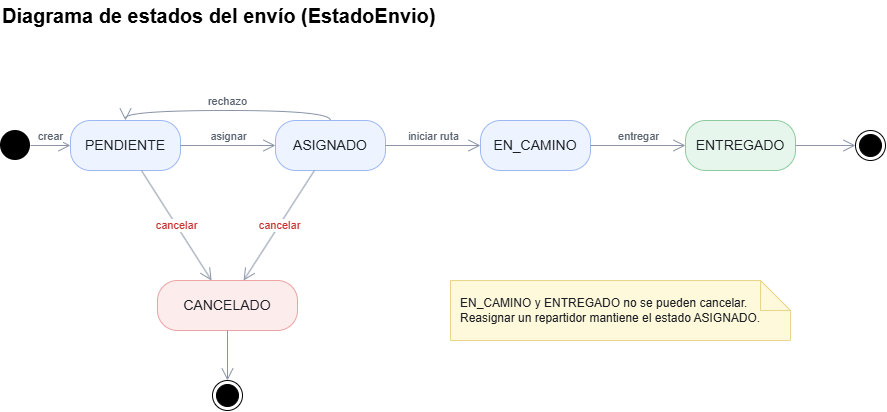
This is docs/general/estados de envio/Diagrama de estados del envio.png from Joab-SC/UQDelivery, a draw.io export, as it was before one commit. Source tidied: cells renumbered, new cells last; positions are measured from the earlier drawing's top-left corner, leaving out a move shared by most shapes. Source of this version:
```xml
<mxGraphModel>
  <root>
    <mxCell id="0" />
    <mxCell id="1" parent="0" />
    <mxCell id="2" value="Diagrama de estados del envío (EstadoEnvio)" style="text;html=1;fontSize=20;fontStyle=1;align=left;verticalAlign=middle;" parent="1" vertex="1">
      <mxGeometry width="600" height="30" as="geometry" />
    </mxCell>
    <mxCell id="3" style="ellipse;fillColor=#000000;strokeColor=none;html=1;" parent="1" vertex="1">
      <mxGeometry y="130" width="30" height="30" as="geometry" />
    </mxCell>
    <mxCell id="4" value="PENDIENTE" style="rounded=1;arcSize=40;whiteSpace=wrap;html=1;fontSize=14;fillColor=#EEF4FF;strokeColor=#9DB8F2;fontColor=#1B1F24;" parent="1" vertex="1">
      <mxGeometry x="70" y="120" width="110" height="50" as="geometry" />
    </mxCell>
    <mxCell id="5" value="ASIGNADO" style="rounded=1;arcSize=40;whiteSpace=wrap;html=1;fontSize=14;fillColor=#EEF4FF;strokeColor=#9DB8F2;fontColor=#1B1F24;" parent="1" vertex="1">
      <mxGeometry x="275" y="120" width="110" height="50" as="geometry" />
    </mxCell>
    <mxCell id="6" value="EN_CAMINO" style="rounded=1;arcSize=40;whiteSpace=wrap;html=1;fontSize=14;fillColor=#EEF4FF;strokeColor=#9DB8F2;fontColor=#1B1F24;" parent="1" vertex="1">
      <mxGeometry x="480" y="120" width="110" height="50" as="geometry" />
    </mxCell>
    <mxCell id="7" value="ENTREGADO" style="rounded=1;arcSize=40;whiteSpace=wrap;html=1;fontSize=14;fillColor=#E7F6EC;strokeColor=#8BCB9F;fontColor=#1B1F24;" parent="1" vertex="1">
      <mxGeometry x="685" y="120" width="110" height="50" as="geometry" />
    </mxCell>
    <mxCell id="8" style="ellipse;shape=endState;fillColor=#000000;strokeColor=#000000;html=1;" parent="1" vertex="1">
      <mxGeometry x="855" y="130" width="30" height="30" as="geometry" />
    </mxCell>
    <mxCell id="9" value="CANCELADO" style="rounded=1;arcSize=40;whiteSpace=wrap;html=1;fontSize=14;fillColor=#FDECEC;strokeColor=#EBA3A3;fontColor=#1B1F24;" parent="1" vertex="1">
      <mxGeometry x="157" y="280" width="140" height="50" as="geometry" />
    </mxCell>
    <mxCell id="10" style="ellipse;shape=endState;fillColor=#000000;strokeColor=#000000;html=1;" parent="1" vertex="1">
      <mxGeometry x="212" y="380" width="30" height="30" as="geometry" />
    </mxCell>
    <mxCell id="11" value="crear" style="endArrow=open;endSize=10;html=1;strokeColor=#8A94A6;fontColor=#5A626E;labelBackgroundColor=default;defaultLabelBackgroundColor=page;verticalAlign=bottom;labelPlacement=auto;" parent="1" edge="1" source="3" target="4">
      <mxGeometry relative="1" as="geometry" />
    </mxCell>
    <mxCell id="12" value="asignar" style="endArrow=open;endSize=10;html=1;strokeColor=#8A94A6;fontColor=#5A626E;labelBackgroundColor=default;defaultLabelBackgroundColor=page;verticalAlign=bottom;labelPlacement=auto;" parent="1" edge="1" source="4" target="5">
      <mxGeometry relative="1" as="geometry" />
    </mxCell>
    <mxCell id="13" value="iniciar ruta" style="endArrow=open;endSize=10;html=1;strokeColor=#8A94A6;fontColor=#5A626E;labelBackgroundColor=default;defaultLabelBackgroundColor=page;verticalAlign=bottom;labelPlacement=auto;" parent="1" edge="1" source="5" target="6">
      <mxGeometry relative="1" as="geometry" />
    </mxCell>
    <mxCell id="14" value="entregar" style="endArrow=open;endSize=10;html=1;strokeColor=#8A94A6;fontColor=#5A626E;labelBackgroundColor=default;defaultLabelBackgroundColor=page;verticalAlign=bottom;labelPlacement=auto;" parent="1" edge="1" source="6" target="7">
      <mxGeometry relative="1" as="geometry" />
    </mxCell>
    <mxCell id="15" style="endArrow=open;endSize=10;html=1;strokeColor=#8A94A6;labelBackgroundColor=default;defaultLabelBackgroundColor=page;" parent="1" edge="1" source="7" target="8">
      <mxGeometry relative="1" as="geometry" />
    </mxCell>
    <mxCell id="16" value="cancelar" style="endArrow=open;endSize=10;html=1;strokeColor=#8A94A6;fontColor=#C9302C;labelBackgroundColor=default;defaultLabelBackgroundColor=page;labelPlacement=auto;" parent="1" edge="1" source="4" target="9">
      <mxGeometry relative="1" as="geometry" />
    </mxCell>
    <mxCell id="17" value="cancelar" style="endArrow=open;endSize=10;html=1;strokeColor=#8A94A6;fontColor=#C9302C;labelBackgroundColor=default;defaultLabelBackgroundColor=page;labelPlacement=auto;" parent="1" edge="1" source="5" target="9">
      <mxGeometry relative="1" as="geometry" />
    </mxCell>
    <mxCell id="18" style="endArrow=open;endSize=10;html=1;strokeColor=#8A94A6;labelBackgroundColor=default;defaultLabelBackgroundColor=page;" parent="1" edge="1" source="9" target="10">
      <mxGeometry relative="1" as="geometry" />
    </mxCell>
    <mxCell id="19" value="rechazo" style="edgeStyle=orthogonalEdgeStyle;curved=1;endArrow=open;endSize=10;html=1;strokeColor=#8A94A6;fontColor=#5A626E;exitX=0.5;exitY=0;exitDx=0;exitDy=0;entryX=0.5;entryY=0;entryDx=0;entryDy=0;labelBackgroundColor=default;defaultLabelBackgroundColor=page;labelPlacement=auto;" parent="1" edge="1" source="5" target="4">
      <mxGeometry relative="1" as="geometry" />
    </mxCell>
    <mxCell id="20" value="EN_CAMINO y ENTREGADO no se pueden cancelar.&lt;br&gt;Reasignar un repartidor mantiene el estado ASIGNADO." style="shape=note;whiteSpace=wrap;html=1;fontSize=12;fillColor=#FFF9DB;strokeColor=#E9D58A;fontColor=#1B1F24;align=left;spacingLeft=8;" parent="1" vertex="1">
      <mxGeometry x="450" y="280" width="340" height="60" as="geometry" />
    </mxCell>
  </root>
</mxGraphModel>
```
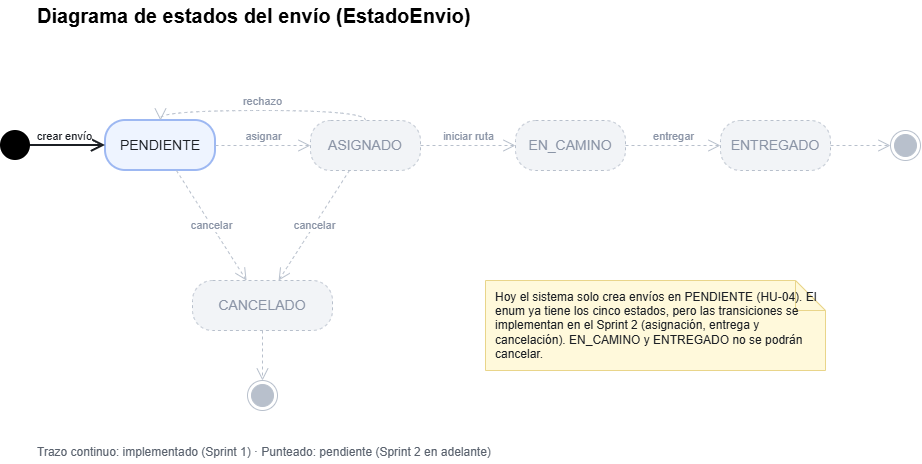
Later version of the same file.

Commit message:
Fix: Diagrama de estados del envio difiere entre implementado y lo no implementado

Change to the diagram source:
```diff
@@ -6,58 +6,61 @@
       <mxGeometry width="600" height="30" as="geometry" />
     </mxCell>
     <mxCell id="3" style="ellipse;fillColor=#000000;strokeColor=none;html=1;" parent="1" vertex="1">
-      <mxGeometry y="130" width="30" height="30" as="geometry" />
+      <mxGeometry x="-35" y="130" width="30" height="30" as="geometry" />
     </mxCell>
-    <mxCell id="4" value="PENDIENTE" style="rounded=1;arcSize=40;whiteSpace=wrap;html=1;fontSize=14;fillColor=#EEF4FF;strokeColor=#9DB8F2;fontColor=#1B1F24;" parent="1" vertex="1">
+    <mxCell id="4" value="PENDIENTE" style="rounded=1;arcSize=40;whiteSpace=wrap;html=1;fontSize=14;fillColor=#EEF4FF;strokeColor=#9DB8F2;fontColor=#1B1F24;strokeWidth=2;" parent="1" vertex="1">
       <mxGeometry x="70" y="120" width="110" height="50" as="geometry" />
     </mxCell>
-    <mxCell id="5" value="ASIGNADO" style="rounded=1;arcSize=40;whiteSpace=wrap;html=1;fontSize=14;fillColor=#EEF4FF;strokeColor=#9DB8F2;fontColor=#1B1F24;" parent="1" vertex="1">
+    <mxCell id="5" value="ASIGNADO" style="rounded=1;arcSize=40;whiteSpace=wrap;html=1;fontSize=14;fillColor=#F2F4F7;strokeColor=#B8C0CC;fontColor=#8A94A6;dashed=1;" parent="1" vertex="1">
       <mxGeometry x="275" y="120" width="110" height="50" as="geometry" />
     </mxCell>
-    <mxCell id="6" value="EN_CAMINO" style="rounded=1;arcSize=40;whiteSpace=wrap;html=1;fontSize=14;fillColor=#EEF4FF;strokeColor=#9DB8F2;fontColor=#1B1F24;" parent="1" vertex="1">
+    <mxCell id="6" value="EN_CAMINO" style="rounded=1;arcSize=40;whiteSpace=wrap;html=1;fontSize=14;fillColor=#F2F4F7;strokeColor=#B8C0CC;fontColor=#8A94A6;dashed=1;" parent="1" vertex="1">
       <mxGeometry x="480" y="120" width="110" height="50" as="geometry" />
     </mxCell>
-    <mxCell id="7" value="ENTREGADO" style="rounded=1;arcSize=40;whiteSpace=wrap;html=1;fontSize=14;fillColor=#E7F6EC;strokeColor=#8BCB9F;fontColor=#1B1F24;" parent="1" vertex="1">
+    <mxCell id="7" value="ENTREGADO" style="rounded=1;arcSize=40;whiteSpace=wrap;html=1;fontSize=14;fillColor=#F2F4F7;strokeColor=#B8C0CC;fontColor=#8A94A6;dashed=1;" parent="1" vertex="1">
       <mxGeometry x="685" y="120" width="110" height="50" as="geometry" />
     </mxCell>
-    <mxCell id="8" style="ellipse;shape=endState;fillColor=#000000;strokeColor=#000000;html=1;" parent="1" vertex="1">
+    <mxCell id="8" style="ellipse;shape=endState;fillColor=#B8C0CC;strokeColor=#B8C0CC;html=1;" parent="1" vertex="1">
       <mxGeometry x="855" y="130" width="30" height="30" as="geometry" />
     </mxCell>
-    <mxCell id="9" value="CANCELADO" style="rounded=1;arcSize=40;whiteSpace=wrap;html=1;fontSize=14;fillColor=#FDECEC;strokeColor=#EBA3A3;fontColor=#1B1F24;" parent="1" vertex="1">
+    <mxCell id="9" value="CANCELADO" style="rounded=1;arcSize=40;whiteSpace=wrap;html=1;fontSize=14;fillColor=#F2F4F7;strokeColor=#B8C0CC;fontColor=#8A94A6;dashed=1;" parent="1" vertex="1">
       <mxGeometry x="157" y="280" width="140" height="50" as="geometry" />
     </mxCell>
-    <mxCell id="10" style="ellipse;shape=endState;fillColor=#000000;strokeColor=#000000;html=1;" parent="1" vertex="1">
+    <mxCell id="10" style="ellipse;shape=endState;fillColor=#B8C0CC;strokeColor=#B8C0CC;html=1;" parent="1" vertex="1">
       <mxGeometry x="212" y="380" width="30" height="30" as="geometry" />
     </mxCell>
-    <mxCell id="11" value="crear" style="endArrow=open;endSize=10;html=1;strokeColor=#8A94A6;fontColor=#5A626E;labelBackgroundColor=default;defaultLabelBackgroundColor=page;verticalAlign=bottom;labelPlacement=auto;" parent="1" edge="1" source="3" target="4">
+    <mxCell id="11" value="crear envío" style="endArrow=open;endSize=10;html=1;strokeColor=#1B1F24;strokeWidth=2;fontColor=#1B1F24;labelBackgroundColor=default;defaultLabelBackgroundColor=page;labelPlacement=auto;" parent="1" edge="1" source="3" target="4">
       <mxGeometry relative="1" as="geometry" />
     </mxCell>
-    <mxCell id="12" value="asignar" style="endArrow=open;endSize=10;html=1;strokeColor=#8A94A6;fontColor=#5A626E;labelBackgroundColor=default;defaultLabelBackgroundColor=page;verticalAlign=bottom;labelPlacement=auto;" parent="1" edge="1" source="4" target="5">
+    <mxCell id="12" value="asignar" style="endArrow=open;endSize=10;dashed=1;html=1;strokeColor=#B8C0CC;fontColor=#8A94A6;labelBackgroundColor=default;defaultLabelBackgroundColor=page;verticalAlign=bottom;labelPlacement=auto;" parent="1" edge="1" source="4" target="5">
       <mxGeometry relative="1" as="geometry" />
     </mxCell>
-    <mxCell id="13" value="iniciar ruta" style="endArrow=open;endSize=10;html=1;strokeColor=#8A94A6;fontColor=#5A626E;labelBackgroundColor=default;defaultLabelBackgroundColor=page;verticalAlign=bottom;labelPlacement=auto;" parent="1" edge="1" source="5" target="6">
+    <mxCell id="13" value="iniciar ruta" style="endArrow=open;endSize=10;dashed=1;html=1;strokeColor=#B8C0CC;fontColor=#8A94A6;labelBackgroundColor=default;defaultLabelBackgroundColor=page;verticalAlign=bottom;labelPlacement=auto;" parent="1" edge="1" source="5" target="6">
       <mxGeometry relative="1" as="geometry" />
     </mxCell>
-    <mxCell id="14" value="entregar" style="endArrow=open;endSize=10;html=1;strokeColor=#8A94A6;fontColor=#5A626E;labelBackgroundColor=default;defaultLabelBackgroundColor=page;verticalAlign=bottom;labelPlacement=auto;" parent="1" edge="1" source="6" target="7">
+    <mxCell id="14" value="entregar" style="endArrow=open;endSize=10;dashed=1;html=1;strokeColor=#B8C0CC;fontColor=#8A94A6;labelBackgroundColor=default;defaultLabelBackgroundColor=page;verticalAlign=bottom;labelPlacement=auto;" parent="1" edge="1" source="6" target="7">
       <mxGeometry relative="1" as="geometry" />
     </mxCell>
-    <mxCell id="15" style="endArrow=open;endSize=10;html=1;strokeColor=#8A94A6;labelBackgroundColor=default;defaultLabelBackgroundColor=page;" parent="1" edge="1" source="7" target="8">
+    <mxCell id="15" style="endArrow=open;endSize=10;dashed=1;html=1;strokeColor=#B8C0CC;labelBackgroundColor=default;defaultLabelBackgroundColor=page;" parent="1" edge="1" source="7" target="8">
       <mxGeometry relative="1" as="geometry" />
     </mxCell>
-    <mxCell id="16" value="cancelar" style="endArrow=open;endSize=10;html=1;strokeColor=#8A94A6;fontColor=#C9302C;labelBackgroundColor=default;defaultLabelBackgroundColor=page;labelPlacement=auto;" parent="1" edge="1" source="4" target="9">
+    <mxCell id="16" value="cancelar" style="endArrow=open;endSize=10;dashed=1;html=1;strokeColor=#B8C0CC;fontColor=#8A94A6;labelBackgroundColor=default;defaultLabelBackgroundColor=page;labelPlacement=auto;" parent="1" edge="1" source="4" target="9">
       <mxGeometry relative="1" as="geometry" />
     </mxCell>
-    <mxCell id="17" value="cancelar" style="endArrow=open;endSize=10;html=1;strokeColor=#8A94A6;fontColor=#C9302C;labelBackgroundColor=default;defaultLabelBackgroundColor=page;labelPlacement=auto;" parent="1" edge="1" source="5" target="9">
+    <mxCell id="17" value="cancelar" style="endArrow=open;endSize=10;dashed=1;html=1;strokeColor=#B8C0CC;fontColor=#8A94A6;labelBackgroundColor=default;defaultLabelBackgroundColor=page;labelPlacement=auto;" parent="1" edge="1" source="5" target="9">
       <mxGeometry relative="1" as="geometry" />
     </mxCell>
-    <mxCell id="18" style="endArrow=open;endSize=10;html=1;strokeColor=#8A94A6;labelBackgroundColor=default;defaultLabelBackgroundColor=page;" parent="1" edge="1" source="9" target="10">
+    <mxCell id="18" style="endArrow=open;endSize=10;dashed=1;html=1;strokeColor=#B8C0CC;labelBackgroundColor=default;defaultLabelBackgroundColor=page;" parent="1" edge="1" source="9" target="10">
       <mxGeometry relative="1" as="geometry" />
     </mxCell>
-    <mxCell id="19" value="rechazo" style="edgeStyle=orthogonalEdgeStyle;curved=1;endArrow=open;endSize=10;html=1;strokeColor=#8A94A6;fontColor=#5A626E;exitX=0.5;exitY=0;exitDx=0;exitDy=0;entryX=0.5;entryY=0;entryDx=0;entryDy=0;labelBackgroundColor=default;defaultLabelBackgroundColor=page;labelPlacement=auto;" parent="1" edge="1" source="5" target="4">
+    <mxCell id="19" value="rechazo" style="edgeStyle=orthogonalEdgeStyle;curved=1;endArrow=open;endSize=10;dashed=1;html=1;strokeColor=#B8C0CC;fontColor=#8A94A6;exitX=0.5;exitY=0;exitDx=0;exitDy=0;entryX=0.5;entryY=0;entryDx=0;entryDy=0;labelBackgroundColor=default;defaultLabelBackgroundColor=page;labelPlacement=auto;" parent="1" edge="1" source="5" target="4">
       <mxGeometry relative="1" as="geometry" />
     </mxCell>
-    <mxCell id="20" value="EN_CAMINO y ENTREGADO no se pueden cancelar.&lt;br&gt;Reasignar un repartidor mantiene el estado ASIGNADO." style="shape=note;whiteSpace=wrap;html=1;fontSize=12;fillColor=#FFF9DB;strokeColor=#E9D58A;fontColor=#1B1F24;align=left;spacingLeft=8;" parent="1" vertex="1">
-      <mxGeometry x="450" y="280" width="340" height="60" as="geometry" />
+    <mxCell id="20" value="Hoy el sistema solo crea envíos en PENDIENTE (HU-04). El enum ya tiene los cinco estados, pero las transiciones se implementan en el Sprint 2 (asignación, entrega y cancelación). EN_CAMINO y ENTREGADO no se podrán cancelar." style="shape=note;whiteSpace=wrap;html=1;fontSize=12;fillColor=#FFF9DB;strokeColor=#E9D58A;fontColor=#1B1F24;align=left;spacingLeft=8;" parent="1" vertex="1">
+      <mxGeometry x="450" y="280" width="340" height="90" as="geometry" />
     </mxCell>
+    <mxCell id="21" value="Trazo continuo: implementado (Sprint 1) · Punteado: pendiente (Sprint 2 en adelante)" style="text;html=1;fontSize=12;align=left;verticalAlign=middle;fontColor=#5A626E;" parent="1" vertex="1">
+      <mxGeometry y="440" width="620" height="24" as="geometry" />
+    </mxCell>
   </root>
 </mxGraphModel>
```
